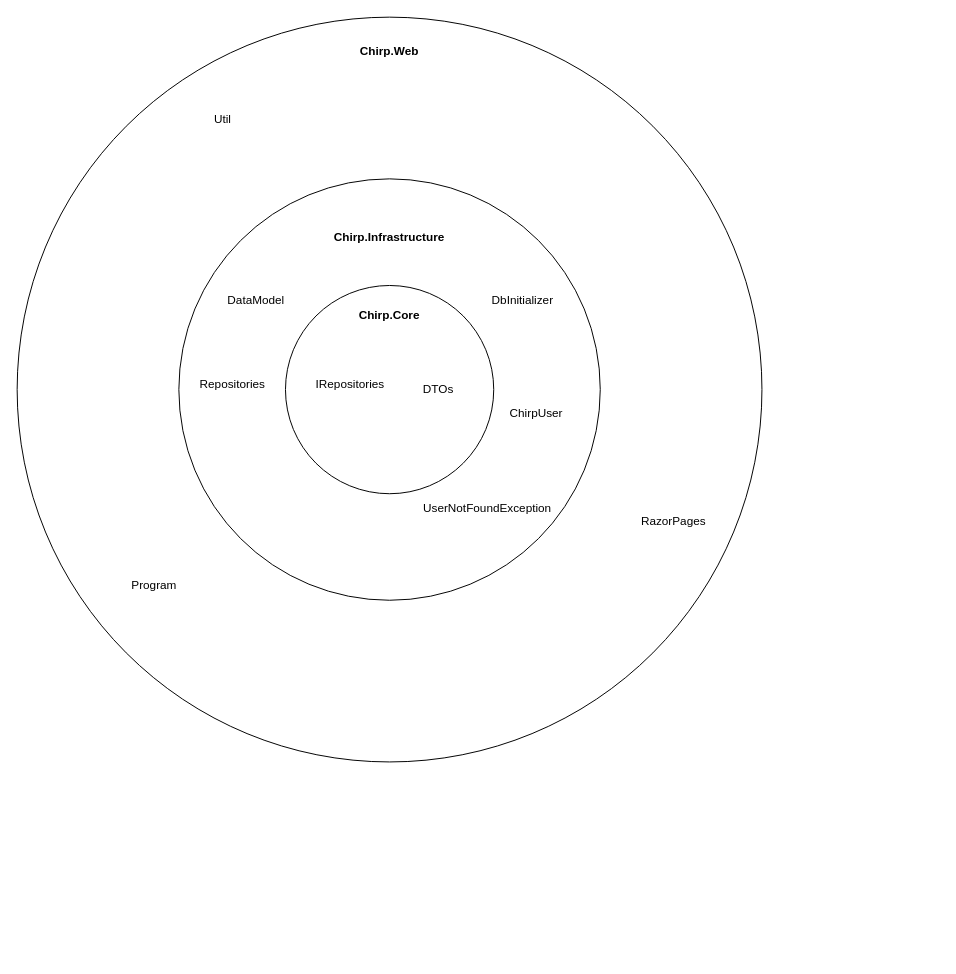
The draw.io diagram page "Side-2" (1 of 2) of docs/diagrams/src/Onion.drawio in ITU-BDSA2024-GROUP12/Chirp, before the edit. Source tidied: cells renumbered, new cells numbered last; positions are measured from the earlier drawing's top-left corner, leaving out a move shared by most shapes. Both pictures are drawn from the tidied source at 98%, with x=0, y=0 at pixel (17, 17).
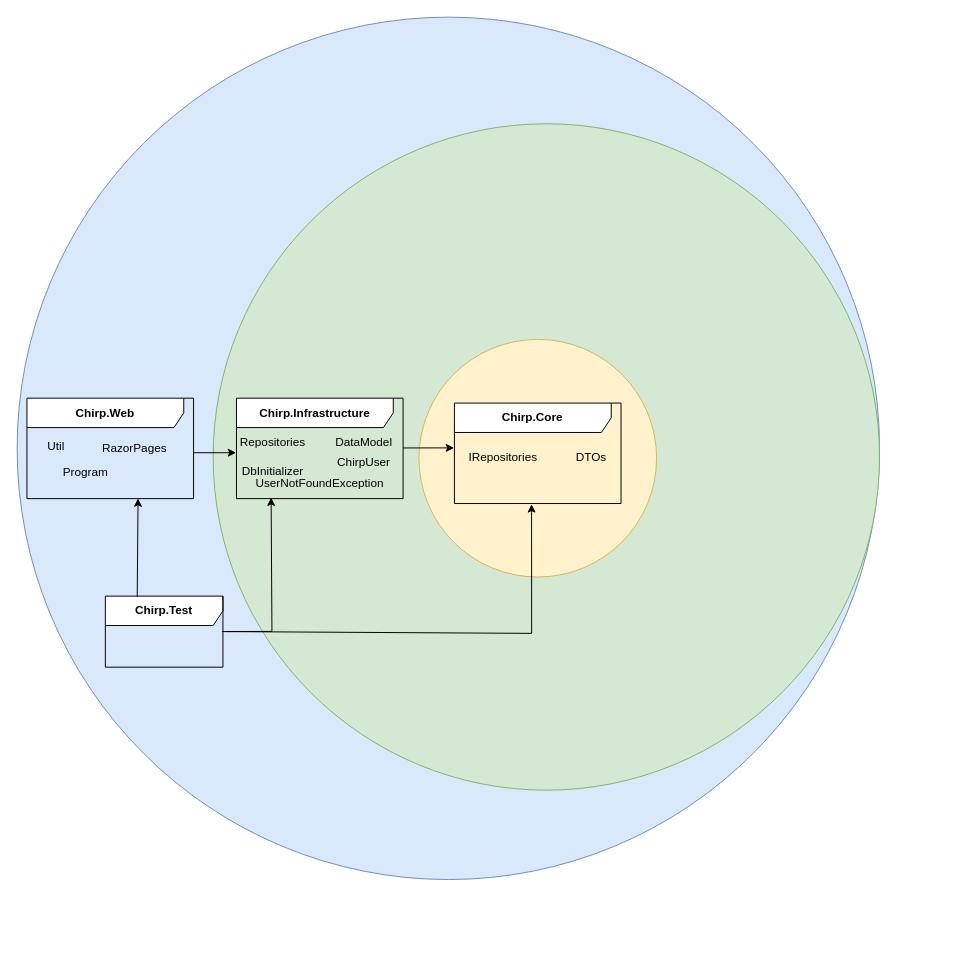
After the change.

What changed in the source:
```diff
@@
-    <mxCell id="2" style="ellipse;whiteSpace=wrap;html=1;" parent="1" vertex="1">
-      <mxGeometry width="760" height="760" as="geometry" />
+    <mxCell id="2" style="ellipse;whiteSpace=wrap;html=1;fillColor=#dae8fc;strokeColor=#6c8ebf;" parent="1" vertex="1">
+      <mxGeometry width="880" height="880" as="geometry" />
     </mxCell>
+    <mxCell id="18" style="group;" parent="1" vertex="1">
+      <mxGeometry x="200" y="108.8" width="740" height="850" as="geometry" />
+    </mxCell>
-    <mxCell id="3" style="ellipse;whiteSpace=wrap;html=1;" parent="1" vertex="1">
-      <mxGeometry x="165" y="165" width="430" height="430" as="geometry" />
+    <mxCell id="3" style="ellipse;whiteSpace=wrap;html=1;fillColor=#d5e8d4;strokeColor=#82b366;" parent="18" vertex="1">
+      <mxGeometry width="680" height="680" as="geometry" />
     </mxCell>
+    <mxCell id="13" value="DbInitializer" style="text;html=1;align=center;verticalAlign=middle;whiteSpace=wrap;rounded=0;" parent="18" vertex="1">
+      <mxGeometry x="30.8" y="340" width="60" height="30" as="geometry" />
+    </mxCell>
+    <mxCell id="5" value="&lt;b&gt;Chirp.Infrastructure&lt;/b&gt;" style="shape=umlFrame;whiteSpace=wrap;html=1;width=160;" parent="18" vertex="1">
+      <mxGeometry x="23.8" y="280" width="170" height="102.5" as="geometry" />
+    </mxCell>
+    <mxCell id="11" value="Repositories" style="text;html=1;align=center;verticalAlign=middle;whiteSpace=wrap;rounded=0;" parent="5" vertex="1">
+      <mxGeometry x="7" y="30" width="60" height="30" as="geometry" />
+    </mxCell>
+    <mxCell id="10" value="DataModel" style="text;html=1;align=center;verticalAlign=middle;whiteSpace=wrap;rounded=0;" parent="5" vertex="1">
+      <mxGeometry x="100" y="30" width="60" height="30" as="geometry" />
+    </mxCell>
+    <mxCell id="17" value="ChirpUser" style="text;html=1;align=center;verticalAlign=middle;whiteSpace=wrap;rounded=0;" parent="5" vertex="1">
+      <mxGeometry x="100" y="50" width="60" height="30" as="geometry" />
+    </mxCell>
+    <mxCell id="12" value="UserNotFoundException" style="text;html=1;align=center;verticalAlign=middle;whiteSpace=wrap;rounded=0;" parent="5" vertex="1">
+      <mxGeometry x="55" y="72.5" width="60" height="30" as="geometry" />
+    </mxCell>
+    <mxCell id="19" style="group;" parent="18" vertex="1">
+      <mxGeometry x="210" y="220" width="242.5" height="242.5" as="geometry" />
+    </mxCell>
-    <mxCell id="4" style="ellipse;whiteSpace=wrap;html=1;" parent="1" vertex="1">
-      <mxGeometry x="273.8" y="273.8" width="212.5" height="212.5" as="geometry" />
+    <mxCell id="4" style="ellipse;whiteSpace=wrap;html=1;fillColor=#fff2cc;strokeColor=#d6b656;" parent="19" vertex="1">
+      <mxGeometry width="242.5" height="242.5" as="geometry" />
     </mxCell>
-    <mxCell id="5" value="&lt;b&gt;Chirp.Infrastructure&lt;/b&gt;" style="text;html=1;align=center;verticalAlign=middle;whiteSpace=wrap;rounded=0;" parent="1" vertex="1">
-      <mxGeometry x="350" y="210" width="60" height="30" as="geometry" />
-    </mxCell>
-    <mxCell id="6" value="&lt;b&gt;Chirp.Core&lt;/b&gt;" style="text;html=1;align=center;verticalAlign=middle;whiteSpace=wrap;rounded=0;" parent="1" vertex="1">
-      <mxGeometry x="350" y="290" width="60" height="30" as="geometry" />
+    <mxCell id="6" value="&lt;b&gt;Chirp.Core&lt;/b&gt;" style="shape=umlFrame;whiteSpace=wrap;html=1;width=160;" parent="19" vertex="1">
+      <mxGeometry x="36.2" y="65" width="170" height="102.5" as="geometry" />
     </mxCell>
-    <mxCell id="7" value="&lt;b&gt;Chirp.Web&lt;/b&gt;" style="text;html=1;align=center;verticalAlign=middle;whiteSpace=wrap;rounded=0;" parent="1" vertex="1">
-      <mxGeometry x="350" y="20" width="60" height="30" as="geometry" />
-    </mxCell>
+    <mxCell id="9" value="IRepositories" style="text;html=1;align=center;verticalAlign=middle;whiteSpace=wrap;rounded=0;" parent="6" vertex="1">
+      <mxGeometry x="20" y="40" width="60" height="30" as="geometry" />
+    </mxCell>
-    <mxCell id="8" value="DTOs" style="text;html=1;align=center;verticalAlign=middle;whiteSpace=wrap;rounded=0;" parent="1" vertex="1">
-      <mxGeometry x="400" y="365" width="60" height="30" as="geometry" />
+    <mxCell id="8" value="DTOs" style="text;html=1;align=center;verticalAlign=middle;whiteSpace=wrap;rounded=0;" parent="6" vertex="1">
+      <mxGeometry x="110" y="40" width="60" height="30" as="geometry" />
     </mxCell>
-    <mxCell id="9" value="IRepositories" style="text;html=1;align=center;verticalAlign=middle;whiteSpace=wrap;rounded=0;" parent="1" vertex="1">
-      <mxGeometry x="310" y="360" width="60" height="30" as="geometry" />
-    </mxCell>
-    <mxCell id="10" value="DataModel" style="text;html=1;align=center;verticalAlign=middle;whiteSpace=wrap;rounded=0;" parent="1" vertex="1">
-      <mxGeometry x="213.8" y="273.8" width="60" height="30" as="geometry" />
-    </mxCell>
-    <mxCell id="11" value="Repositories" style="text;html=1;align=center;verticalAlign=middle;whiteSpace=wrap;rounded=0;" parent="1" vertex="1">
-      <mxGeometry x="190" y="360" width="60" height="30" as="geometry" />
-    </mxCell>
-    <mxCell id="12" value="UserNotFoundException" style="text;html=1;align=center;verticalAlign=middle;whiteSpace=wrap;rounded=0;" parent="1" vertex="1">
-      <mxGeometry x="450" y="486.2" width="60" height="30" as="geometry" />
-    </mxCell>
-    <mxCell id="13" value="DbInitializer" style="text;html=1;align=center;verticalAlign=middle;whiteSpace=wrap;rounded=0;" parent="1" vertex="1">
-      <mxGeometry x="486.2" y="273.8" width="60" height="30" as="geometry" />
-    </mxCell>
+    <mxCell id="20" style="endArrow=classic;html=1;rounded=0;entryX=-0.002;entryY=0.446;entryDx=0;entryDy=0;entryPerimeter=0;exitX=1;exitY=0.543;exitDx=0;exitDy=0;exitPerimeter=0;" parent="18" edge="1" target="6">
+      <mxGeometry relative="1" as="geometry">
+        <mxPoint x="193.8" y="330.8" as="sourcePoint" />
+      </mxGeometry>
+    </mxCell>
+    <mxCell id="21" value="&lt;b&gt;Chirp.Web&lt;/b&gt;" style="shape=umlFrame;whiteSpace=wrap;html=1;width=160;" parent="1" vertex="1">
+      <mxGeometry x="10" y="388.8" width="170" height="102.5" as="geometry" />
+    </mxCell>
-    <mxCell id="14" value="Util" style="text;html=1;align=center;verticalAlign=middle;whiteSpace=wrap;rounded=0;" parent="1" vertex="1">
-      <mxGeometry x="180" y="90" width="60" height="30" as="geometry" />
+    <mxCell id="14" value="Util" style="text;html=1;align=center;verticalAlign=middle;whiteSpace=wrap;rounded=0;" parent="21" vertex="1">
+      <mxGeometry y="33.8" width="60" height="30" as="geometry" />
     </mxCell>
-    <mxCell id="15" value="Program" style="text;html=1;align=center;verticalAlign=middle;whiteSpace=wrap;rounded=0;" parent="1" vertex="1">
-      <mxGeometry x="110" y="565" width="60" height="30" as="geometry" />
+    <mxCell id="15" value="Program" style="text;html=1;align=center;verticalAlign=middle;whiteSpace=wrap;rounded=0;" parent="21" vertex="1">
+      <mxGeometry x="30" y="61.2" width="60" height="30" as="geometry" />
     </mxCell>
-    <mxCell id="16" value="RazorPages" style="text;html=1;align=center;verticalAlign=middle;whiteSpace=wrap;rounded=0;" parent="1" vertex="1">
-      <mxGeometry x="640" y="500" width="60" height="30" as="geometry" />
-    </mxCell>
-    <mxCell id="17" value="ChirpUser" style="text;html=1;align=center;verticalAlign=middle;whiteSpace=wrap;rounded=0;" parent="1" vertex="1">
-      <mxGeometry x="500" y="390" width="60" height="30" as="geometry" />
-    </mxCell>
+    <mxCell id="7" value="RazorPages" style="text;html=1;align=center;verticalAlign=middle;whiteSpace=wrap;rounded=0;" parent="21" vertex="1">
+      <mxGeometry x="80" y="36.2" width="60" height="30" as="geometry" />
+    </mxCell>
+    <mxCell id="22" style="endArrow=classic;html=1;rounded=0;entryX=-0.002;entryY=0.543;entryDx=0;entryDy=0;entryPerimeter=0;exitX=1;exitY=0.543;exitDx=0;exitDy=0;exitPerimeter=0;" parent="1" edge="1" source="21" target="5">
+      <mxGeometry relative="1" as="geometry" />
+    </mxCell>
+    <mxCell id="23" value="&lt;b&gt;Chirp.Test&lt;/b&gt;" style="shape=umlFrame;whiteSpace=wrap;html=1;width=160;" parent="1" vertex="1">
+      <mxGeometry x="90" y="590.8" width="120" height="72.5" as="geometry" />
+    </mxCell>
+    <mxCell id="24" style="endArrow=classic;html=1;rounded=0;entryX=0.667;entryY=0.998;entryDx=0;entryDy=0;entryPerimeter=0;exitX=0.271;exitY=0.005;exitDx=0;exitDy=0;exitPerimeter=0;" parent="1" edge="1" source="23" target="21">
+      <mxGeometry relative="1" as="geometry" />
+    </mxCell>
+    <mxCell id="25" style="endArrow=classic;html=1;rounded=0;entryX=0.208;entryY=0.99;entryDx=0;entryDy=0;entryPerimeter=0;exitX=0.993;exitY=0.499;exitDx=0;exitDy=0;exitPerimeter=0;" parent="1" edge="1" source="23" target="5">
+      <mxGeometry relative="1" as="geometry">
+        <Array as="points">
+          <mxPoint x="260" y="626.8" />
+        </Array>
+      </mxGeometry>
+    </mxCell>
+    <mxCell id="26" style="endArrow=classic;html=1;rounded=0;entryX=0.463;entryY=1.007;entryDx=0;entryDy=0;entryPerimeter=0;exitX=1.021;exitY=0.499;exitDx=0;exitDy=0;exitPerimeter=0;" parent="1" edge="1" source="23" target="6">
+      <mxGeometry relative="1" as="geometry">
+        <Array as="points">
+          <mxPoint x="525" y="628.8" />
+        </Array>
+      </mxGeometry>
+    </mxCell>
```
